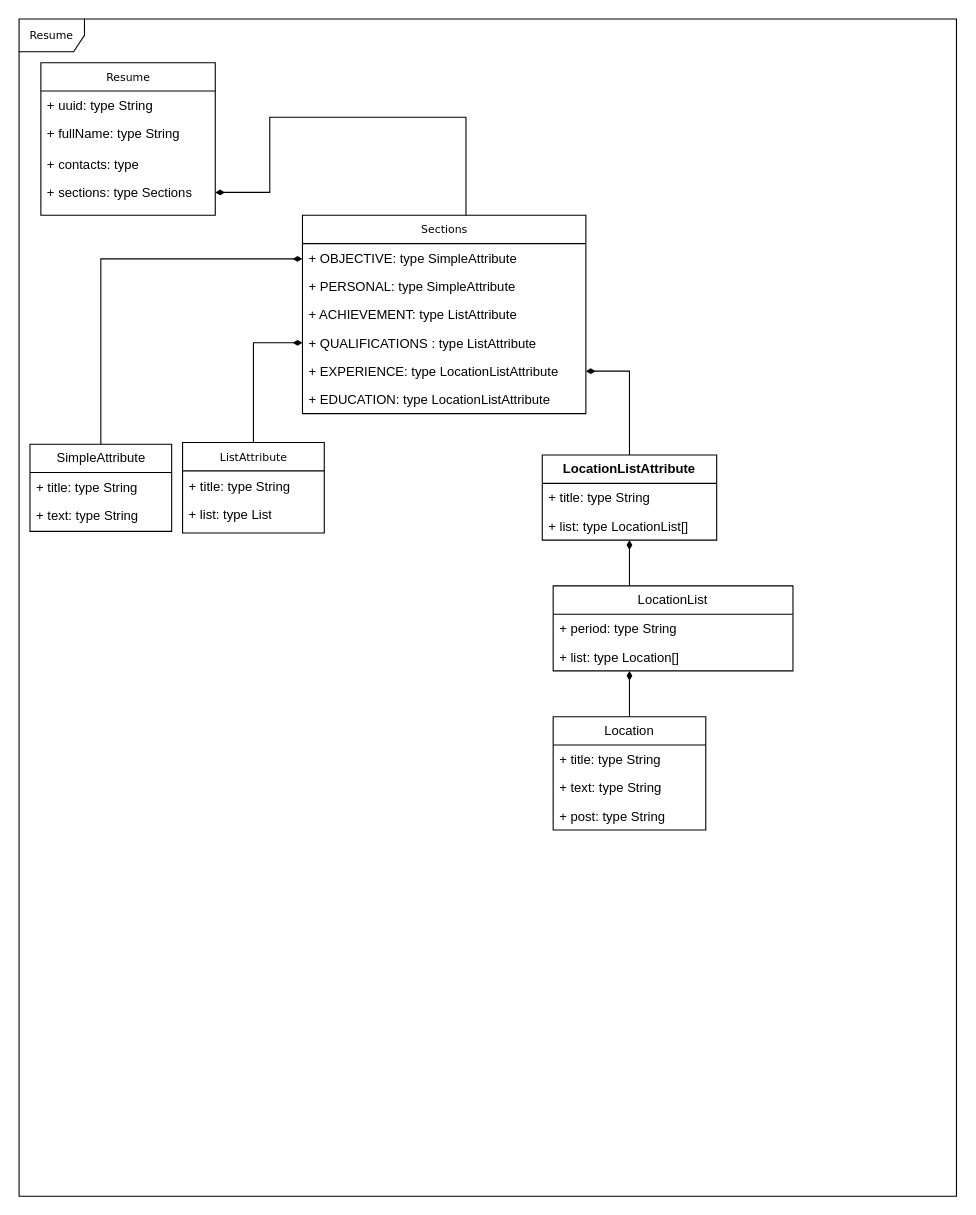
The draw.io diagram ResumeStorage.drawio in sasjava/basejava, before the edit. Source tidied: cells renumbered, new cells numbered last; positions are measured from the earlier drawing's top-left corner, leaving out a move shared by most shapes. Both pictures are drawn from the tidied source at 109%, with x=0, y=0 at pixel (19, 19).
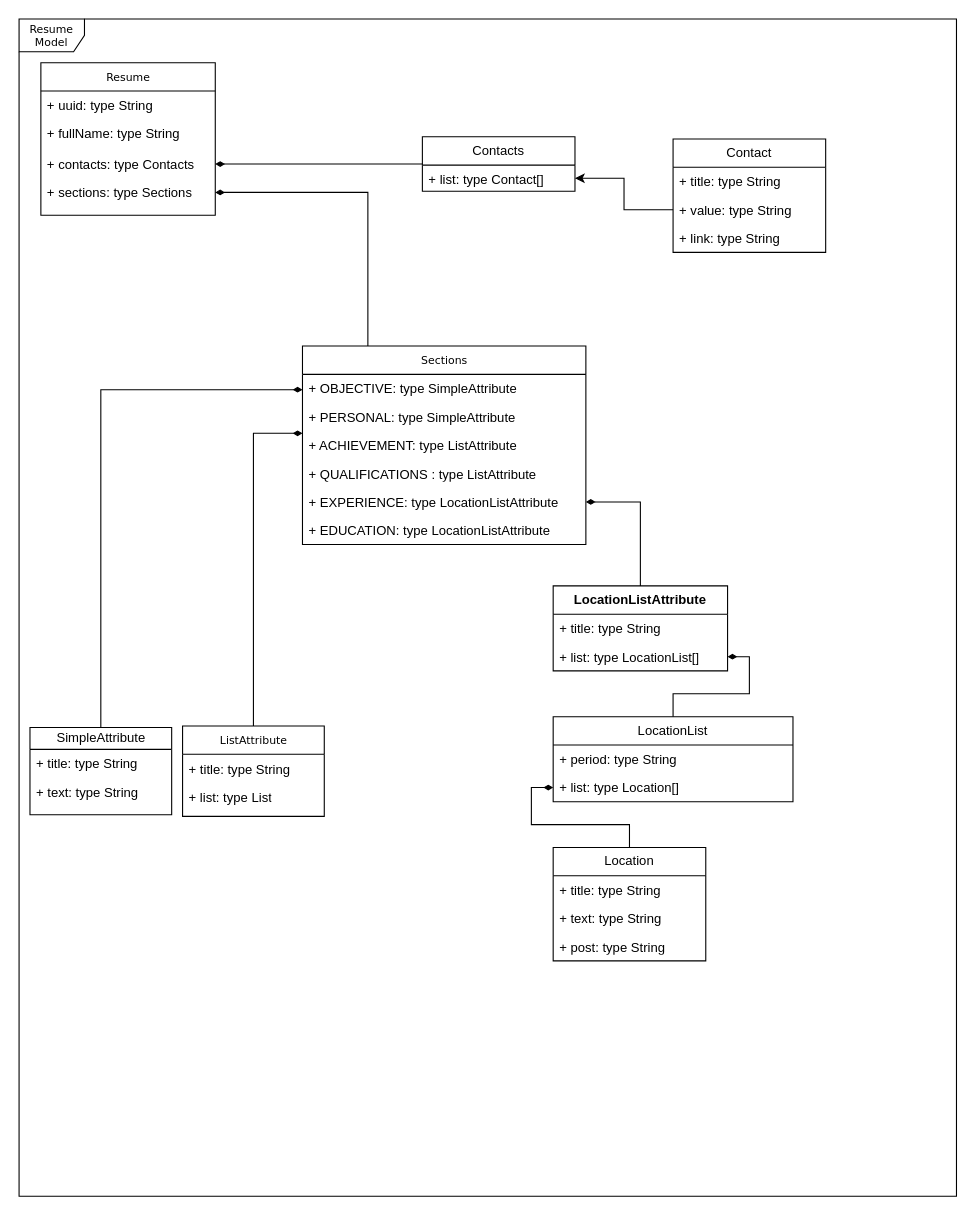
Above is the later version.

Unchanged cells that the change refers to:
```xml
<mxCell id="3" value="Resume" style="swimlane;html=1;fontStyle=0;horizontal=1;startSize=26;fillColor=none;swimlaneFillColor=#ffffff;rounded=0;shadow=0;comic=0;labelBackgroundColor=none;strokeWidth=1;fontFamily=Verdana;fontSize=10;align=center;" parent="1" vertex="1">
  <mxGeometry x="20" y="40" width="160" height="140" as="geometry" />
</mxCell>
<mxCell id="7" value="+ sections: type Sections" style="text;strokeColor=none;fillColor=none;align=left;verticalAlign=top;spacingLeft=4;spacingRight=4;overflow=hidden;points=[[0,0.5],[1,0.5]];portConstraint=eastwest;whiteSpace=wrap;html=1;" parent="3" vertex="1">
  <mxGeometry y="106" width="160" height="26" as="geometry" />
</mxCell>
<mxCell id="14" value="+ OBJECTIVE: type SimpleAttribute" style="text;html=1;strokeColor=none;fillColor=none;align=left;verticalAlign=top;spacingLeft=4;spacingRight=4;whiteSpace=wrap;overflow=hidden;points=[[0,0.5],[1,0.5]];portConstraint=eastwest;" parent="13" vertex="1">
  <mxGeometry y="26" width="260" height="26" as="geometry" />
</mxCell>
<mxCell id="16" value="+ ACHIEVEMENT: type ListAttribute" style="text;html=1;strokeColor=none;fillColor=none;align=left;verticalAlign=top;spacingLeft=4;spacingRight=4;whiteSpace=wrap;overflow=hidden;points=[[0,0.5],[1,0.5]];portConstraint=eastwest;" parent="13" vertex="1">
  <mxGeometry y="78" width="260" height="26" as="geometry" />
</mxCell>
<mxCell id="17" value="+ QUALIFICATIONS&amp;nbsp;: type ListAttribute" style="text;html=1;strokeColor=none;fillColor=none;align=left;verticalAlign=top;spacingLeft=4;spacingRight=4;whiteSpace=wrap;overflow=hidden;points=[[0,0.5],[1,0.5]];portConstraint=eastwest;" parent="13" vertex="1">
  <mxGeometry y="104" width="260" height="26" as="geometry" />
</mxCell>
<mxCell id="32" value="+ list: type&amp;nbsp;&lt;span style=&quot;text-align: center;&quot;&gt;Location[]&lt;/span&gt;" style="text;strokeColor=none;fillColor=none;align=left;verticalAlign=top;spacingLeft=4;spacingRight=4;overflow=hidden;points=[[0,0.5],[1,0.5]];portConstraint=eastwest;whiteSpace=wrap;html=1;" parent="30" vertex="1">
  <mxGeometry y="52" width="220" height="26" as="geometry" />
</mxCell>
<mxCell id="36" value="+ list: type LocationList[]" style="text;strokeColor=none;fillColor=none;align=left;verticalAlign=top;spacingLeft=4;spacingRight=4;overflow=hidden;points=[[0,0.5],[1,0.5]];portConstraint=eastwest;whiteSpace=wrap;html=1;" parent="34" vertex="1">
  <mxGeometry y="52" width="160" height="26" as="geometry" />
</mxCell>
```

The edit, as a diff of the source:
```diff
@@
-    <mxCell id="2" value="Resume" style="shape=umlFrame;whiteSpace=wrap;html=1;rounded=0;shadow=0;comic=0;labelBackgroundColor=none;strokeWidth=1;fontFamily=Verdana;fontSize=10;align=center;" parent="1" vertex="1">
+    <mxCell id="2" value="Resume Model" style="shape=umlFrame;whiteSpace=wrap;html=1;rounded=0;shadow=0;comic=0;labelBackgroundColor=none;strokeWidth=1;fontFamily=Verdana;fontSize=10;align=center;" parent="1" vertex="1">
       <mxGeometry width="860" height="1080" as="geometry" />
     </mxCell>
@@
-    <mxCell id="6" value="+ contacts: type" style="text;strokeColor=none;fillColor=none;align=left;verticalAlign=top;spacingLeft=4;spacingRight=4;overflow=hidden;points=[[0,0.5],[1,0.5]];portConstraint=eastwest;whiteSpace=wrap;html=1;" parent="3" vertex="1">
+    <mxCell id="6" value="+ contacts: type Contacts" style="text;strokeColor=none;fillColor=none;align=left;verticalAlign=top;spacingLeft=4;spacingRight=4;overflow=hidden;points=[[0,0.5],[1,0.5]];portConstraint=eastwest;whiteSpace=wrap;html=1;" parent="3" vertex="1">
       <mxGeometry y="80" width="160" height="26" as="geometry" />
     </mxCell>
@@
     <mxCell id="8" style="edgeStyle=orthogonalEdgeStyle;rounded=0;jettySize=auto;html=1;endArrow=diamondThin;endFill=1;" parent="1" edge="1" source="9" target="14">
       <mxGeometry relative="1" as="geometry">
         <Array as="points">
-          <mxPoint x="75" y="220" />
+          <mxPoint x="75" y="340" />
         </Array>
       </mxGeometry>
     </mxCell>
-    <mxCell id="9" value="&lt;span style=&quot;font-family: Helvetica; font-size: 12px; text-align: left; text-wrap: wrap;&quot;&gt;SimpleAttribute&lt;/span&gt;" style="swimlane;html=1;fontStyle=0;horizontal=1;startSize=26;fillColor=none;swimlaneFillColor=#ffffff;rounded=0;shadow=0;comic=0;labelBackgroundColor=none;strokeWidth=1;fontFamily=Verdana;fontSize=10;align=center;" parent="1" vertex="1">
-      <mxGeometry x="10" y="390" width="130" height="80" as="geometry" />
+    <mxCell id="9" value="&lt;span style=&quot;font-family: Helvetica; font-size: 12px; text-align: left; text-wrap: wrap;&quot;&gt;SimpleAttribute&lt;/span&gt;" style="swimlane;html=1;fontStyle=0;horizontal=1;startSize=20;fillColor=none;swimlaneFillColor=#ffffff;rounded=0;shadow=0;comic=0;labelBackgroundColor=none;strokeWidth=1;fontFamily=Verdana;fontSize=10;align=center;" parent="1" vertex="1">
+      <mxGeometry x="10" y="650" width="130" height="80" as="geometry" />
     </mxCell>
     <mxCell id="10" value="+ title: type String" style="text;html=1;strokeColor=none;fillColor=none;align=left;verticalAlign=top;spacingLeft=4;spacingRight=4;whiteSpace=wrap;overflow=hidden;" parent="9" vertex="1">
-      <mxGeometry y="26" width="130" height="26" as="geometry" />
+      <mxGeometry y="20" width="130" height="26" as="geometry" />
     </mxCell>
     <mxCell id="11" value="+ text: type String" style="text;html=1;strokeColor=none;fillColor=none;align=left;verticalAlign=top;spacingLeft=4;spacingRight=4;whiteSpace=wrap;overflow=hidden;" parent="9" vertex="1">
-      <mxGeometry y="52" width="130" height="26" as="geometry" />
+      <mxGeometry y="46" width="130" height="26" as="geometry" />
     </mxCell>
     <mxCell id="12" style="edgeStyle=orthogonalEdgeStyle;rounded=0;jettySize=auto;html=1;endArrow=diamondThin;endFill=1;" parent="1" edge="1" source="13" target="7">
       <mxGeometry relative="1" as="geometry">
         <Array as="points">
-          <mxPoint x="410" y="90" />
-          <mxPoint x="230" y="90" />
-          <mxPoint x="230" y="159" />
+          <mxPoint x="320" y="159" />
         </Array>
       </mxGeometry>
     </mxCell>
     <mxCell id="13" value="Sections" style="swimlane;html=1;fontStyle=0;horizontal=1;startSize=26;fillColor=none;swimlaneFillColor=#ffffff;rounded=0;shadow=0;comic=0;labelBackgroundColor=none;strokeWidth=1;fontFamily=Verdana;fontSize=10;align=center;" parent="1" vertex="1">
-      <mxGeometry x="260" y="180" width="260" height="182" as="geometry" />
+      <mxGeometry x="260" y="300" width="260" height="182" as="geometry" />
     </mxCell>
@@
-    <mxCell id="20" style="edgeStyle=orthogonalEdgeStyle;rounded=0;jettySize=auto;html=1;endArrow=diamondThin;endFill=1;" parent="1" edge="1" source="21" target="17">
+    <mxCell id="20" style="edgeStyle=orthogonalEdgeStyle;rounded=0;jettySize=auto;html=1;endArrow=diamondThin;endFill=1;" parent="1" edge="1" source="21" target="16">
       <mxGeometry relative="1" as="geometry">
         <Array as="points">
-          <mxPoint x="215" y="381" />
-          <mxPoint x="215" y="381" />
-          <mxPoint x="215" y="297" />
+          <mxPoint x="215" y="380" />
         </Array>
       </mxGeometry>
     </mxCell>
     <mxCell id="21" value="ListAttribute" style="swimlane;html=1;fontStyle=0;horizontal=1;startSize=26;fillColor=none;swimlaneFillColor=#ffffff;rounded=0;shadow=0;comic=0;labelBackgroundColor=none;strokeWidth=1;fontFamily=Verdana;fontSize=10;align=center;" parent="1" vertex="1">
-      <mxGeometry x="150" y="388.5" width="130" height="83" as="geometry" />
+      <mxGeometry x="150" y="648.5" width="130" height="83" as="geometry" />
     </mxCell>
@@
     <mxCell id="24" style="edgeStyle=orthogonalEdgeStyle;rounded=0;jettySize=auto;html=1;endArrow=diamondThin;endFill=1;" parent="1" edge="1" source="25" target="32">
-      <mxGeometry relative="1" as="geometry">
-        <Array as="points">
-          <mxPoint x="560" y="610" />
-          <mxPoint x="560" y="610" />
-        </Array>
-      </mxGeometry>
+      <mxGeometry relative="1" as="geometry" />
     </mxCell>
     <mxCell id="25" value="Location" style="swimlane;fontStyle=0;horizontal=1;startSize=26;fillColor=none;whiteSpace=wrap;html=1;" parent="1" vertex="1">
-      <mxGeometry x="490" y="640" width="140" height="104" as="geometry" />
+      <mxGeometry x="490" y="760" width="140" height="104" as="geometry" />
     </mxCell>
@@
     <mxCell id="29" style="edgeStyle=orthogonalEdgeStyle;rounded=0;jettySize=auto;html=1;endArrow=diamondThin;endFill=1;" parent="1" edge="1" source="30" target="36">
-      <mxGeometry relative="1" as="geometry">
-        <Array as="points">
-          <mxPoint x="560" y="500" />
-          <mxPoint x="560" y="500" />
-        </Array>
-      </mxGeometry>
+      <mxGeometry relative="1" as="geometry" />
     </mxCell>
     <mxCell id="30" value="LocationList" style="swimlane;fontStyle=0;horizontal=1;startSize=26;fillColor=none;whiteSpace=wrap;html=1;" parent="1" vertex="1">
-      <mxGeometry x="490" y="520" width="220" height="78" as="geometry" />
+      <mxGeometry x="490" y="640" width="220" height="78" as="geometry" />
     </mxCell>
@@
     <mxCell id="34" value="&lt;span style=&quot;font-weight: 700;&quot;&gt;LocationListAttribute&lt;/span&gt;" style="swimlane;fontStyle=0;horizontal=1;startSize=26;fillColor=none;whiteSpace=wrap;html=1;" parent="1" vertex="1">
-      <mxGeometry x="480" y="400" width="160" height="78" as="geometry" />
+      <mxGeometry x="490" y="520" width="160" height="78" as="geometry" />
     </mxCell>
@@
+    <mxCell id="37" value="Contact" style="swimlane;fontStyle=0;horizontal=1;startSize=26;fillColor=none;whiteSpace=wrap;html=1;" parent="1" vertex="1">
+      <mxGeometry x="600" y="110" width="140" height="104" as="geometry" />
+    </mxCell>
+    <mxCell id="38" value="+ title: type String" style="text;strokeColor=none;fillColor=none;align=left;verticalAlign=top;spacingLeft=4;spacingRight=4;overflow=hidden;whiteSpace=wrap;html=1;" parent="37" vertex="1">
+      <mxGeometry y="26" width="140" height="26" as="geometry" />
+    </mxCell>
+    <mxCell id="39" value="+ value: type String" style="text;strokeColor=none;fillColor=none;align=left;verticalAlign=top;spacingLeft=4;spacingRight=4;overflow=hidden;points=[[0,0.5],[1,0.5]];portConstraint=eastwest;whiteSpace=wrap;html=1;" parent="37" vertex="1">
+      <mxGeometry y="52" width="140" height="26" as="geometry" />
+    </mxCell>
+    <mxCell id="40" value="+ link: type String" style="text;strokeColor=none;fillColor=none;align=left;verticalAlign=top;spacingLeft=4;spacingRight=4;overflow=hidden;whiteSpace=wrap;html=1;" parent="37" vertex="1">
+      <mxGeometry y="78" width="140" height="26" as="geometry" />
+    </mxCell>
+    <mxCell id="41" style="edgeStyle=orthogonalEdgeStyle;rounded=0;jettySize=auto;html=1;endArrow=diamondThin;endFill=1;" parent="1" edge="1" source="42" target="6">
+      <mxGeometry relative="1" as="geometry" />
+    </mxCell>
+    <mxCell id="42" value="Contacts" style="swimlane;fontStyle=0;horizontal=1;startSize=26;fillColor=none;whiteSpace=wrap;html=1;" parent="1" vertex="1">
+      <mxGeometry x="370" y="108" width="140" height="50" as="geometry" />
+    </mxCell>
+    <mxCell id="43" value="+ list: type&amp;nbsp;&lt;span style=&quot;text-align: center;&quot;&gt;Contact[]&lt;/span&gt;" style="text;strokeColor=none;fillColor=none;align=left;verticalAlign=top;spacingLeft=4;spacingRight=4;overflow=hidden;points=[[0,0.5],[1,0.5]];portConstraint=eastwest;whiteSpace=wrap;html=1;" parent="42" vertex="1">
+      <mxGeometry y="26" width="140" height="24" as="geometry" />
+    </mxCell>
+    <mxCell id="44" style="edgeStyle=orthogonalEdgeStyle;rounded=0;jettySize=auto;html=1;" parent="1" edge="1" source="39" target="43">
+      <mxGeometry relative="1" as="geometry" />
+    </mxCell>
```
